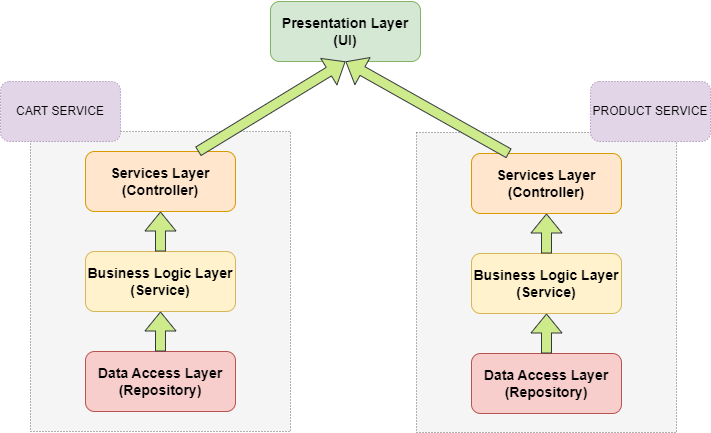
Before: Docs/microservice example.png, a diagram exported from draw.io (ETomi24/Webshop-backend). Source tidied: cells renumbered, new cells last; positions are measured from the earlier drawing's top-left corner, leaving out a move shared by most shapes.
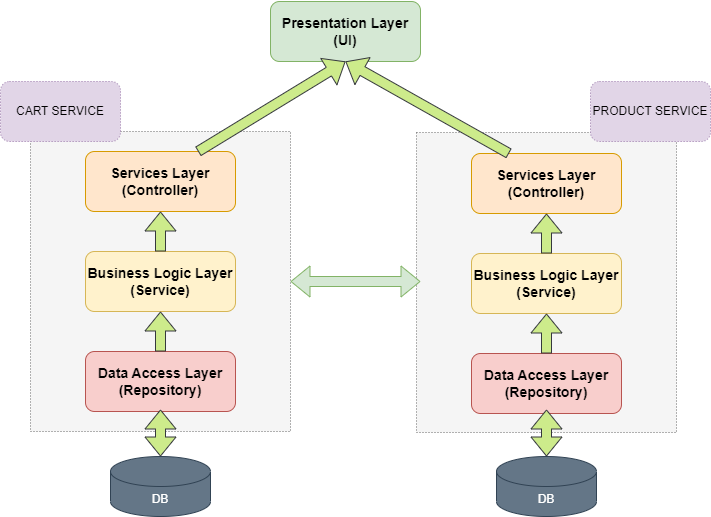
Above is the later version.

Change to the diagram source:
```diff
@@ -74,5 +74,33 @@
     <mxCell id="23" style="shape=flexArrow;endArrow=classic;html=1;rounded=0;fillColor=#cdeb8b;strokeColor=#36393d;exitX=0.75;exitY=0;exitDx=0;exitDy=0;entryX=0.5;entryY=1;entryDx=0;entryDy=0;" parent="1" edge="1" source="6" target="8">
       <mxGeometry relative="1" as="geometry" />
     </mxCell>
+    <mxCell id="24" value="DB" style="shape=cylinder3;whiteSpace=wrap;html=1;boundedLbl=1;backgroundOutline=1;size=15;fillColor=#647687;fontColor=#ffffff;strokeColor=#314354;" parent="1" vertex="1">
+      <mxGeometry x="110" y="455" width="100" height="60" as="geometry" />
+    </mxCell>
+    <mxCell id="25" style="shape=flexArrow;endArrow=classic;html=1;rounded=0;entryX=0.5;entryY=1;entryDx=0;entryDy=0;fillColor=#cdeb8b;strokeColor=#36393d;startArrow=block;" parent="1" edge="1" source="24">
+      <mxGeometry relative="1" as="geometry">
+        <mxPoint x="160" y="408" as="targetPoint" />
+      </mxGeometry>
+    </mxCell>
+    <mxCell id="26" style="edgeStyle=orthogonalEdgeStyle;rounded=0;jettySize=auto;html=1;startArrow=block;" parent="1" edge="1" source="28" target="15">
+      <mxGeometry relative="1" as="geometry" />
+    </mxCell>
+    <mxCell id="27" style="edgeStyle=orthogonalEdgeStyle;rounded=0;jettySize=auto;html=1;startArrow=block;" parent="1" edge="1" source="28" target="15">
+      <mxGeometry relative="1" as="geometry" />
+    </mxCell>
+    <mxCell id="28" value="DB" style="shape=cylinder3;whiteSpace=wrap;html=1;boundedLbl=1;backgroundOutline=1;size=15;fillColor=#647687;fontColor=#ffffff;strokeColor=#314354;" parent="1" vertex="1">
+      <mxGeometry x="496" y="455" width="100" height="60" as="geometry" />
+    </mxCell>
+    <mxCell id="29" style="shape=flexArrow;endArrow=classic;html=1;rounded=0;entryX=0.5;entryY=1;entryDx=0;entryDy=0;fillColor=#cdeb8b;strokeColor=#36393d;startArrow=block;" parent="1" edge="1" source="28">
+      <mxGeometry relative="1" as="geometry">
+        <mxPoint x="546" y="408" as="targetPoint" />
+      </mxGeometry>
+    </mxCell>
+    <mxCell id="30" style="shape=flexArrow;endArrow=classic;startArrow=classic;html=1;rounded=0;fillColor=#d5e8d4;strokeColor=#82b366;" parent="1" edge="1">
+      <mxGeometry relative="1" as="geometry">
+        <mxPoint x="290" y="280" as="sourcePoint" />
+        <mxPoint x="420" y="280" as="targetPoint" />
+      </mxGeometry>
+    </mxCell>
   </root>
 </mxGraphModel>
```
